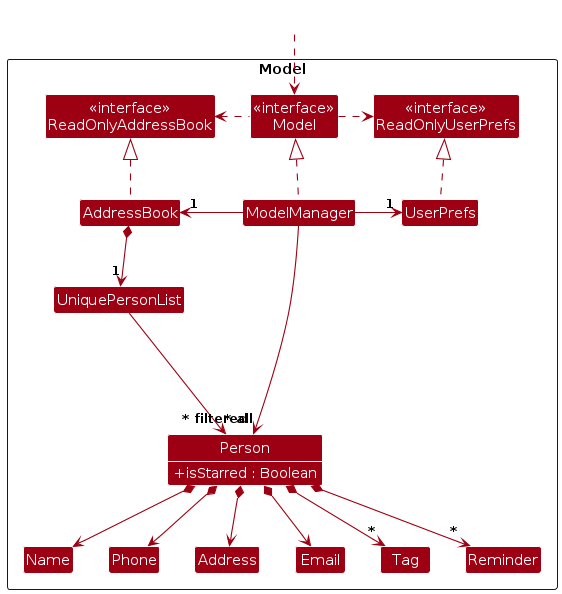
Before: diagrams/ModelClassDiagram.png, a diagram exported from PlantUML (aloy-pek/tp). Its source is kept beside it as diagrams/ModelClassDiagram.puml.
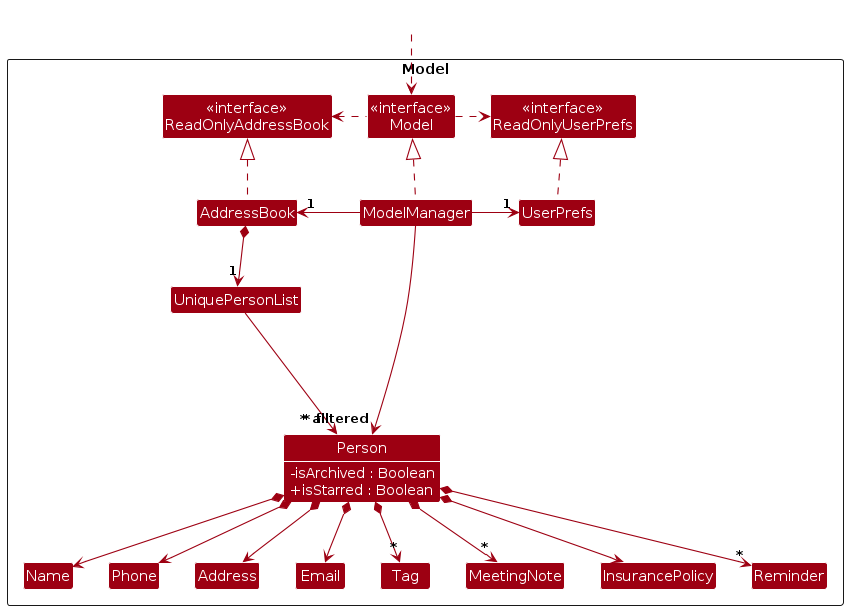
Later version of the same file.

Diff of the diagram source:
```diff
@@ -18,6 +18,7 @@
 
 Class UniquePersonList
 Class Person {
+    -isArchived : Boolean
     +isStarred : Boolean
 }
 Class Address
@@ -25,6 +26,8 @@
 Class Name
 Class Phone
 Class Tag
+Class MeetingNote
+Class InsurancePolicy
 Class Reminder
 
 Class I #FFFFFF
@@ -49,6 +52,8 @@
 Person *--> Email
 Person *--> Address
 Person *--> "*" Tag
+Person *--> "*" MeetingNote
+Person *--> InsurancePolicy
 Person *--> "*" Reminder
 
 Person -[hidden]up--> I
```
